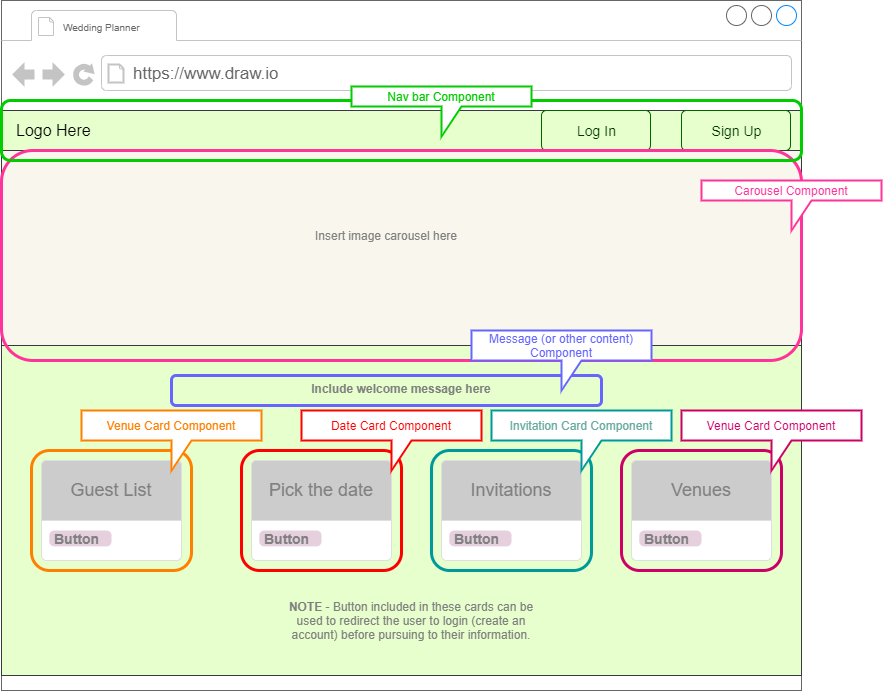
wedding-planner-app/wedding-planner keeps this draw.io diagram as assets/imgs/readme/wireframe1-homepage.png. Above is the earlier version. Source tidied: cells renumbered, new cells last; positions are measured from the earlier drawing's top-left corner, leaving out a move shared by most shapes.
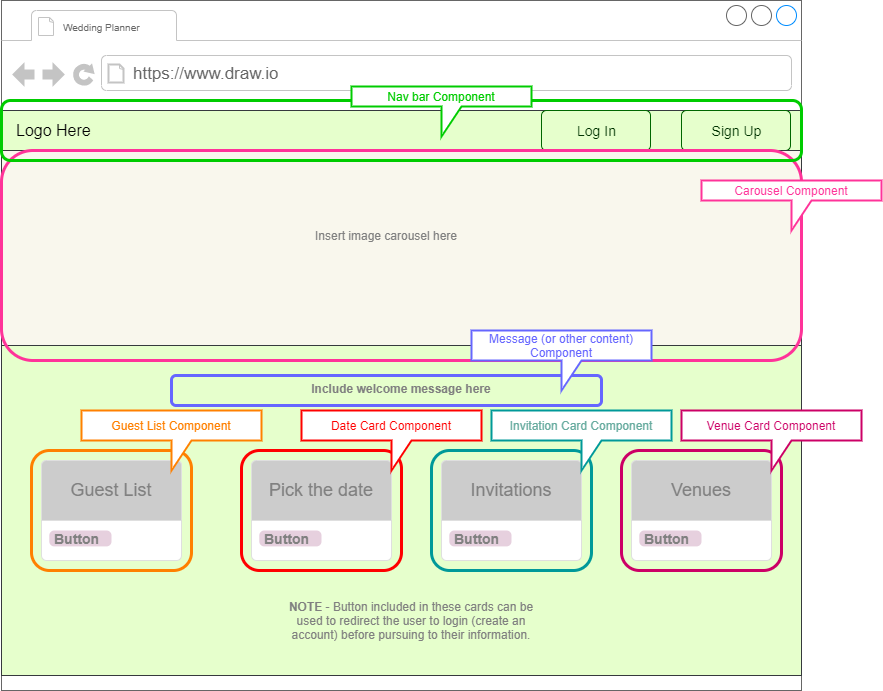
The same file after the commit.

Commit message:
added placeholders for other wireframes

Diff of the diagram source:
```diff
@@ -103,7 +103,7 @@
     <mxCell id="34" value="&lt;font color=&quot;#ff0000&quot;&gt;Date Card Component&lt;/font&gt;" style="shape=callout;whiteSpace=wrap;html=1;perimeter=calloutPerimeter;strokeWidth=2;rotation=0;strokeColor=#FF0000;" parent="2" vertex="1">
       <mxGeometry x="300" y="410" width="180" height="60" as="geometry" />
     </mxCell>
-    <mxCell id="35" value="&lt;font color=&quot;#ff8000&quot;&gt;Venue Card Component&lt;/font&gt;" style="shape=callout;whiteSpace=wrap;html=1;perimeter=calloutPerimeter;strokeWidth=2;rotation=0;strokeColor=#FF8000;" parent="2" vertex="1">
+    <mxCell id="35" value="&lt;font color=&quot;#ff8000&quot;&gt;Guest List Component&lt;br&gt;&lt;/font&gt;" style="shape=callout;whiteSpace=wrap;html=1;perimeter=calloutPerimeter;strokeWidth=2;rotation=0;strokeColor=#FF8000;" parent="2" vertex="1">
       <mxGeometry x="80" y="410" width="180" height="60" as="geometry" />
     </mxCell>
     <mxCell id="36" value="&lt;font color=&quot;#00cc00&quot;&gt;Nav bar Component&lt;/font&gt;" style="shape=callout;whiteSpace=wrap;html=1;perimeter=calloutPerimeter;strokeColor=#00CC00;strokeWidth=2;" parent="2" vertex="1">
```
